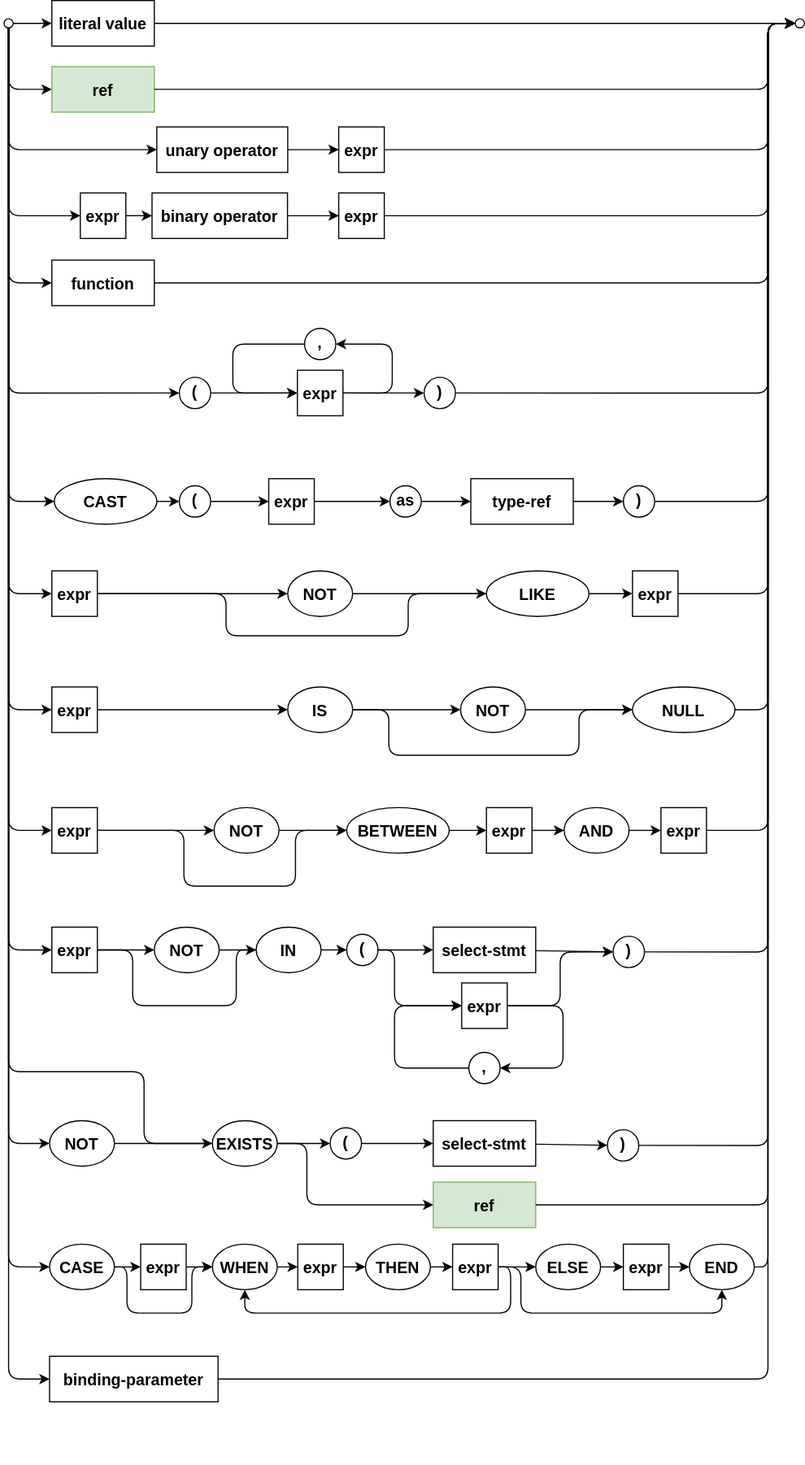
Before: assets/cxl/expr.drawio.svg, a diagram exported from draw.io (capire/docs). Source tidied: cells renumbered, new cells last; positions are measured from the earlier drawing's top-left corner, leaving out a move shared by most shapes.
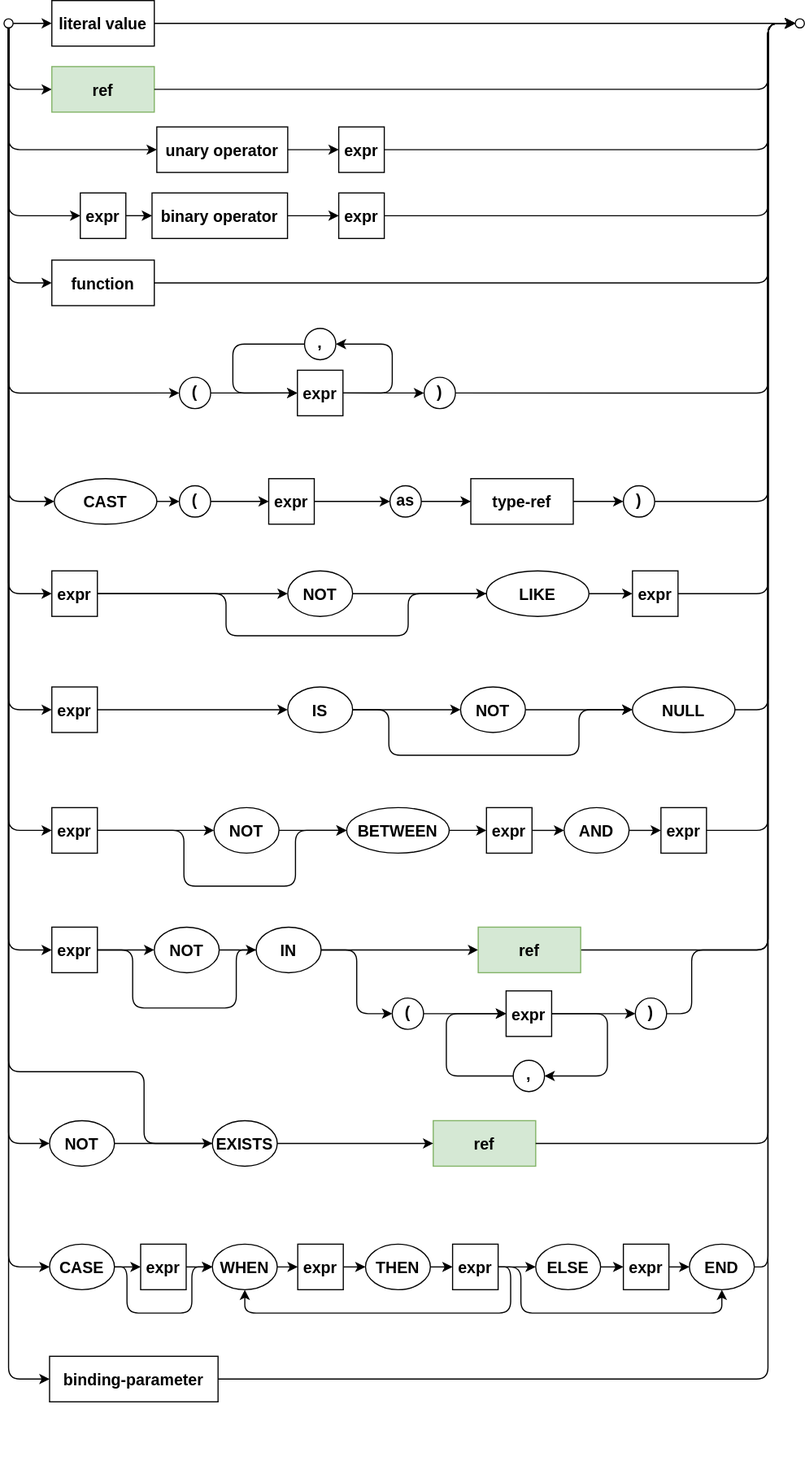
The same file after the commit.

Commit message:
apply review feedback

The edit, as a diff of the source:
```diff
@@ -333,8 +333,8 @@
       <mxGeometry relative="1" as="geometry">
         <Array as="points">
           <mxPoint x="113" y="834" />
-          <mxPoint x="113" y="883" />
-          <mxPoint x="204" y="883" />
+          <mxPoint x="113" y="885" />
+          <mxPoint x="204" y="885" />
           <mxPoint x="204" y="834" />
         </Array>
       </mxGeometry>
@@ -342,48 +342,39 @@
     <mxCell id="84" style="edgeStyle=none;exitX=1;exitY=0.5;exitDx=0;exitDy=0;entryX=0;entryY=0.5;entryDx=0;entryDy=0;textDirection=ltr;verticalAlign=middle;spacing=2;strokeWidth=1;fontSize=14;fontStyle=1;horizontal=1;labelBorderColor=none;textShadow=0;" parent="1" edge="1" source="80" target="82">
       <mxGeometry relative="1" as="geometry" />
     </mxCell>
-    <mxCell id="85" style="edgeStyle=none;textDirection=ltr;verticalAlign=middle;spacing=2;strokeWidth=1;fontSize=14;fontStyle=1;horizontal=1;labelBorderColor=none;textShadow=0;" parent="1" edge="1" source="86" target="89">
-      <mxGeometry relative="1" as="geometry" />
-    </mxCell>
-    <mxCell id="86" value="select-stmt" style="rounded=0;strokeWidth=1;arcSize=37;textDirection=ltr;verticalAlign=middle;spacing=2;fontSize=14;fontStyle=1;horizontal=1;labelBorderColor=none;textShadow=0;" parent="1" vertex="1">
-      <mxGeometry x="377" y="814" width="90" height="40" as="geometry" />
-    </mxCell>
-    <mxCell id="87" style="edgeStyle=none;textDirection=ltr;verticalAlign=middle;spacing=2;strokeWidth=1;fontSize=14;fontStyle=1;horizontal=1;labelBorderColor=none;textShadow=0;" parent="1" edge="1" source="88" target="86">
-      <mxGeometry relative="1" as="geometry" />
-    </mxCell>
     <mxCell id="88" value="(" style="ellipse;verticalAlign=top;spacingBottom=4;textDirection=ltr;spacing=0;strokeWidth=1;fontSize=14;fontStyle=1;horizontal=1;labelBorderColor=none;textShadow=0;" parent="1" vertex="1">
-      <mxGeometry x="301" y="820.2" width="27.5" height="27.5" as="geometry" />
+      <mxGeometry x="341" y="876.2" width="27.5" height="27.5" as="geometry" />
     </mxCell>
     <mxCell id="89" value=")" style="ellipse;verticalAlign=top;spacingBottom=4;textDirection=ltr;spacing=0;strokeWidth=1;fontSize=14;fontStyle=1;horizontal=1;labelBorderColor=none;textShadow=0;" parent="1" vertex="1">
-      <mxGeometry x="535" y="822" width="27.5" height="27.5" as="geometry" />
+      <mxGeometry x="554.5" y="876.2" width="27.5" height="27.5" as="geometry" />
     </mxCell>
     <mxCell id="90" value="expr" style="rounded=0;strokeWidth=1;arcSize=37;textDirection=ltr;verticalAlign=middle;spacing=2;fontSize=14;fontStyle=1;horizontal=1;labelBorderColor=none;textShadow=0;strokeColor=default;align=center;fontFamily=Helvetica;fontColor=default;fillColor=default;" parent="1" vertex="1">
-      <mxGeometry x="402" y="863" width="40" height="40" as="geometry" />
+      <mxGeometry x="441" y="870" width="40" height="40" as="geometry" />
     </mxCell>
     <mxCell id="91" style="edgeStyle=orthogonalEdgeStyle;rounded=1;jettySize=auto;exitX=1;exitY=0.5;exitDx=0;exitDy=0;entryX=0;entryY=0.5;entryDx=0;entryDy=0;startArrow=none;startFill=0;endArrow=classic;endFill=1;startSize=6;endSize=6;align=center;textDirection=ltr;verticalAlign=middle;spacing=2;strokeWidth=1;fontSize=14;fontStyle=1;horizontal=1;labelBorderColor=none;textShadow=0;" parent="1" edge="1" source="88" target="90">
       <mxGeometry relative="1" as="geometry">
         <Array as="points">
-          <mxPoint x="343" y="834" />
-          <mxPoint x="343" y="883" />
+          <mxPoint x="376.5" y="890" />
+          <mxPoint x="376.5" y="890" />
         </Array>
       </mxGeometry>
     </mxCell>
     <mxCell id="92" value="," style="ellipse;verticalAlign=middle;spacingBottom=4;textDirection=ltr;spacing=2;strokeWidth=1;fontSize=14;fontStyle=1;horizontal=1;labelBorderColor=none;textShadow=0;" parent="1" vertex="1">
-      <mxGeometry x="408.2" y="924" width="27.5" height="27.5" as="geometry" />
+      <mxGeometry x="447.2" y="931" width="27.5" height="27.5" as="geometry" />
     </mxCell>
     <mxCell id="93" style="edgeStyle=orthogonalEdgeStyle;rounded=1;jettySize=auto;exitX=1;exitY=0.5;exitDx=0;exitDy=0;entryX=1;entryY=0.5;entryDx=0;entryDy=0;startArrow=none;startFill=0;endArrow=classic;endFill=1;startSize=6;endSize=6;align=center;textDirection=ltr;verticalAlign=middle;spacing=2;strokeWidth=1;fontSize=14;fontStyle=1;horizontal=1;labelBorderColor=none;textShadow=0;" parent="1" edge="1" source="90" target="92">
       <mxGeometry relative="1" as="geometry">
         <Array as="points">
-          <mxPoint x="491" y="883" />
-          <mxPoint x="491" y="937" />
+          <mxPoint x="530" y="890" />
+          <mxPoint x="530" y="944" />
         </Array>
       </mxGeometry>
     </mxCell>
     <mxCell id="94" style="edgeStyle=orthogonalEdgeStyle;rounded=1;jettySize=auto;entryX=0;entryY=0.5;entryDx=0;entryDy=0;startArrow=none;startFill=0;endArrow=classic;endFill=1;startSize=6;endSize=6;align=center;exitX=0;exitY=0.5;exitDx=0;exitDy=0;textDirection=ltr;verticalAlign=middle;spacing=2;strokeWidth=1;fontSize=14;fontStyle=1;horizontal=1;labelBorderColor=none;textShadow=0;" parent="1" edge="1" source="92" target="90">
       <mxGeometry relative="1" as="geometry">
         <Array as="points">
-          <mxPoint x="343" y="938" />
-          <mxPoint x="343" y="883" />
+          <mxPoint x="388.5" y="945" />
+          <mxPoint x="388.5" y="890" />
         </Array>
       </mxGeometry>
     </mxCell>
@@ -393,7 +384,9 @@
     <mxCell id="96" style="edgeStyle=orthogonalEdgeStyle;rounded=1;jettySize=auto;exitX=1;exitY=0.5;exitDx=0;exitDy=0;entryX=0;entryY=0.5;entryDx=0;entryDy=0;startArrow=none;startFill=0;endArrow=classic;endFill=1;startSize=6;endSize=6;align=center;textDirection=ltr;verticalAlign=middle;spacing=2;strokeWidth=1;fontSize=14;fontStyle=1;horizontal=1;labelBorderColor=none;textShadow=0;" parent="1" edge="1" source="89" target="7">
       <mxGeometry relative="1" as="geometry">
         <Array as="points">
-          <mxPoint x="671" y="836" />
+          <mxPoint x="604" y="890" />
+          <mxPoint x="604" y="834" />
+          <mxPoint x="671" y="834" />
           <mxPoint x="671" y="20" />
         </Array>
       </mxGeometry>
@@ -407,9 +400,6 @@
     <mxCell id="99" value="NOT" style="ellipse;align=center;newEdgeStyle={&quot;edgeStyle&quot;:&quot;entityRelationEdgeStyle&quot;,&quot;startArrow&quot;:&quot;none&quot;,&quot;endArrow&quot;:&quot;none&quot;,&quot;segment&quot;:10,&quot;curved&quot;:1,&quot;sourcePerimeterSpacing&quot;:0,&quot;targetPerimeterSpacing&quot;:0};textDirection=ltr;verticalAlign=middle;spacing=2;strokeWidth=1;fontSize=14;fontStyle=1;horizontal=1;labelBorderColor=none;textShadow=0;" parent="1" vertex="1">
       <mxGeometry x="40" y="984" width="57" height="40" as="geometry" />
     </mxCell>
-    <mxCell id="100" style="edgeStyle=entityRelationEdgeStyle;startArrow=none;endArrow=classic;segment=10;curved=1;sourcePerimeterSpacing=0;targetPerimeterSpacing=0;endFill=1;textDirection=ltr;verticalAlign=middle;spacing=2;strokeWidth=1;fontSize=14;fontStyle=1;horizontal=1;labelBorderColor=none;textShadow=0;" parent="1" edge="1" source="101" target="107">
-      <mxGeometry relative="1" as="geometry" />
-    </mxCell>
     <mxCell id="101" value="EXISTS" style="ellipse;align=center;newEdgeStyle={&quot;edgeStyle&quot;:&quot;entityRelationEdgeStyle&quot;,&quot;startArrow&quot;:&quot;none&quot;,&quot;endArrow&quot;:&quot;none&quot;,&quot;segment&quot;:10,&quot;curved&quot;:1,&quot;sourcePerimeterSpacing&quot;:0,&quot;targetPerimeterSpacing&quot;:0};textDirection=ltr;verticalAlign=middle;spacing=2;strokeWidth=1;fontSize=14;fontStyle=1;horizontal=1;labelBorderColor=none;textShadow=0;" parent="1" vertex="1">
       <mxGeometry x="183" y="984" width="57" height="40" as="geometry" />
     </mxCell>
@@ -425,32 +415,6 @@
         </Array>
       </mxGeometry>
     </mxCell>
-    <mxCell id="104" style="edgeStyle=none;textDirection=ltr;verticalAlign=middle;spacing=2;strokeWidth=1;fontSize=14;fontStyle=1;horizontal=1;labelBorderColor=none;textShadow=0;" parent="1" edge="1" source="105" target="108">
-      <mxGeometry relative="1" as="geometry" />
-    </mxCell>
-    <mxCell id="105" value="select-stmt" style="rounded=0;strokeWidth=1;arcSize=37;textDirection=ltr;verticalAlign=middle;spacing=2;fontSize=14;fontStyle=1;horizontal=1;labelBorderColor=none;textShadow=0;" parent="1" vertex="1">
-      <mxGeometry x="377" y="984" width="90" height="40" as="geometry" />
-    </mxCell>
-    <mxCell id="106" style="edgeStyle=none;textDirection=ltr;verticalAlign=middle;spacing=2;strokeWidth=1;fontSize=14;fontStyle=1;horizontal=1;labelBorderColor=none;textShadow=0;" parent="1" edge="1" source="107" target="105">
-      <mxGeometry relative="1" as="geometry" />
-    </mxCell>
-    <mxCell id="107" value="(" style="ellipse;verticalAlign=top;spacingBottom=4;textDirection=ltr;spacing=0;strokeWidth=1;fontSize=14;fontStyle=1;horizontal=1;labelBorderColor=none;textShadow=0;" parent="1" vertex="1">
-      <mxGeometry x="286.5" y="990.2" width="27.5" height="27.5" as="geometry" />
-    </mxCell>
-    <mxCell id="108" value=")" style="ellipse;verticalAlign=top;spacingBottom=4;textDirection=ltr;spacing=0;strokeWidth=1;fontSize=14;fontStyle=1;horizontal=1;labelBorderColor=none;textShadow=0;" parent="1" vertex="1">
-      <mxGeometry x="530" y="992" width="27.5" height="27.5" as="geometry" />
-    </mxCell>
-    <mxCell id="109" style="edgeStyle=orthogonalEdgeStyle;rounded=1;jettySize=auto;exitX=1;exitY=0.5;exitDx=0;exitDy=0;entryX=0;entryY=0.5;entryDx=0;entryDy=0;startArrow=none;startFill=0;endArrow=classic;endFill=1;startSize=6;endSize=6;align=center;textDirection=ltr;verticalAlign=middle;spacing=2;strokeWidth=1;fontSize=14;fontStyle=1;horizontal=1;labelBorderColor=none;textShadow=0;" parent="1" edge="1" source="108" target="7">
-      <mxGeometry relative="1" as="geometry">
-        <Array as="points">
-          <mxPoint x="671" y="1006" />
-          <mxPoint x="671" y="20" />
-        </Array>
-      </mxGeometry>
-    </mxCell>
-    <mxCell id="110" style="edgeStyle=entityRelationEdgeStyle;startArrow=none;endArrow=classic;segment=10;curved=1;sourcePerimeterSpacing=0;targetPerimeterSpacing=0;endFill=1;textDirection=ltr;verticalAlign=middle;spacing=2;strokeWidth=1;fontSize=14;fontStyle=1;horizontal=1;labelBorderColor=none;textShadow=0;" parent="1" edge="1" source="111" target="88">
-      <mxGeometry relative="1" as="geometry" />
-    </mxCell>
     <mxCell id="111" value="IN" style="ellipse;align=center;newEdgeStyle={&quot;edgeStyle&quot;:&quot;entityRelationEdgeStyle&quot;,&quot;startArrow&quot;:&quot;none&quot;,&quot;endArrow&quot;:&quot;none&quot;,&quot;segment&quot;:10,&quot;curved&quot;:1,&quot;sourcePerimeterSpacing&quot;:0,&quot;targetPerimeterSpacing&quot;:0};textDirection=ltr;verticalAlign=middle;spacing=2;strokeWidth=1;fontSize=14;fontStyle=1;horizontal=1;labelBorderColor=none;textShadow=0;" parent="1" vertex="1">
       <mxGeometry x="221.5" y="814" width="57" height="40" as="geometry" />
     </mxCell>
@@ -568,20 +532,20 @@
       </mxGeometry>
     </mxCell>
     <mxCell id="140" value="ref" style="rounded=0;strokeWidth=1;arcSize=37;textDirection=ltr;verticalAlign=middle;spacing=2;fontSize=14;fontStyle=1;horizontal=1;labelBorderColor=none;textShadow=0;fillColor=#d5e8d4;strokeColor=#82b366;" parent="1" vertex="1">
-      <mxGeometry x="377" y="1038" width="90" height="40" as="geometry" />
+      <mxGeometry x="377" y="984" width="90" height="40" as="geometry" />
     </mxCell>
     <mxCell id="141" style="edgeStyle=orthogonalEdgeStyle;rounded=1;jettySize=auto;exitX=1;exitY=0.5;exitDx=0;exitDy=0;entryX=0;entryY=0.5;entryDx=0;entryDy=0;startArrow=none;startFill=0;endArrow=classic;endFill=1;startSize=6;endSize=6;align=center;fontSize=12;labelBackgroundColor=none;" parent="1" edge="1" source="101" target="140">
       <mxGeometry relative="1" as="geometry">
         <Array as="points">
-          <mxPoint x="266" y="1004" />
-          <mxPoint x="266" y="1058" />
+          <mxPoint x="318" y="1004" />
+          <mxPoint x="318" y="1004" />
         </Array>
       </mxGeometry>
     </mxCell>
     <mxCell id="142" style="edgeStyle=orthogonalEdgeStyle;rounded=1;jettySize=auto;exitX=1;exitY=0.5;exitDx=0;exitDy=0;entryX=0;entryY=0.5;entryDx=0;entryDy=0;startArrow=none;startFill=0;endArrow=classic;endFill=1;startSize=6;endSize=6;align=center;fontSize=12;labelBackgroundColor=none;" parent="1" edge="1" source="140" target="7">
       <mxGeometry relative="1" as="geometry">
         <Array as="points">
-          <mxPoint x="671" y="1058" />
+          <mxPoint x="671" y="1004" />
           <mxPoint x="671" y="20" />
         </Array>
       </mxGeometry>
@@ -589,5 +553,22 @@
     <mxCell id="143" value="function" style="rounded=0;strokeWidth=1;arcSize=37;textDirection=ltr;verticalAlign=middle;spacing=2;fontSize=14;fontStyle=1;horizontal=1;labelBorderColor=none;textShadow=0;perimeterSpacing=0;fillStyle=auto;" parent="1" vertex="1">
       <mxGeometry x="42" y="228" width="90" height="40" as="geometry" />
     </mxCell>
+    <mxCell id="110" style="edgeStyle=orthogonalEdgeStyle;rounded=1;jettySize=auto;html=1;exitX=1;exitY=0.5;exitDx=0;exitDy=0;entryX=0;entryY=0.5;entryDx=0;entryDy=0;startArrow=none;startFill=0;endArrow=classic;endFill=1;startSize=6;endSize=6;align=center;fontSize=12;labelBackgroundColor=none;" parent="1" edge="1" source="111" target="88">
+      <mxGeometry relative="1" as="geometry" />
+    </mxCell>
+    <mxCell id="144" style="edgeStyle=orthogonalEdgeStyle;rounded=1;jettySize=auto;html=1;exitX=1;exitY=0.5;exitDx=0;exitDy=0;entryX=0;entryY=0.5;entryDx=0;entryDy=0;startArrow=none;startFill=0;endArrow=classic;endFill=1;startSize=6;endSize=6;align=center;fontSize=12;labelBackgroundColor=none;" parent="1" edge="1" source="111" target="146">
+      <mxGeometry relative="1" as="geometry" />
+    </mxCell>
+    <mxCell id="145" style="edgeStyle=orthogonalEdgeStyle;rounded=1;jettySize=auto;html=1;startArrow=none;startFill=0;endArrow=classic;endFill=1;startSize=6;endSize=6;align=center;fontSize=12;labelBackgroundColor=none;entryX=0;entryY=0.5;entryDx=0;entryDy=0;exitX=1;exitY=0.5;exitDx=0;exitDy=0;" parent="1" edge="1" source="146" target="7">
+      <mxGeometry relative="1" as="geometry">
+        <Array as="points">
+          <mxPoint x="671" y="834" />
+          <mxPoint x="671" y="20" />
+        </Array>
+      </mxGeometry>
+    </mxCell>
+    <mxCell id="146" value="ref" style="rounded=0;strokeWidth=1;arcSize=37;textDirection=ltr;verticalAlign=middle;spacing=2;fontSize=14;fontStyle=1;horizontal=1;labelBorderColor=none;textShadow=0;fillColor=#d5e8d4;strokeColor=#82b366;" parent="1" vertex="1">
+      <mxGeometry x="416.5" y="814" width="90" height="40" as="geometry" />
+    </mxCell>
   </root>
 </mxGraphModel>
```
